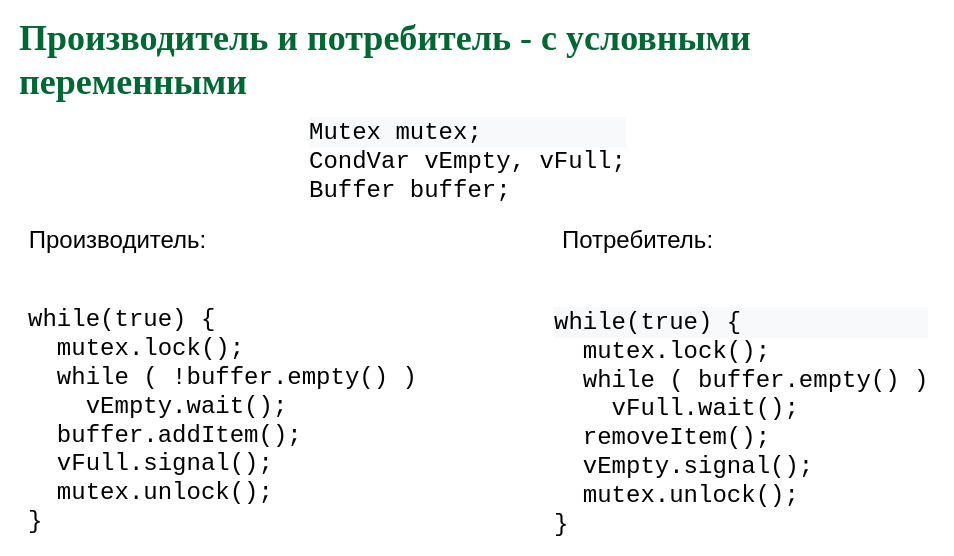
This is page "CondVar - use" (11 of 13) of slides/sync.drawio from 77maxikov/os_course, a draw.io file, before an edit. Source tidied: cells renumbered, new cells numbered last; positions are measured from the earlier drawing's top-left corner, leaving out a move shared by most shapes. Both pictures are drawn from the tidied source at 100%, with x=0, y=0 at pixel (17, 50).
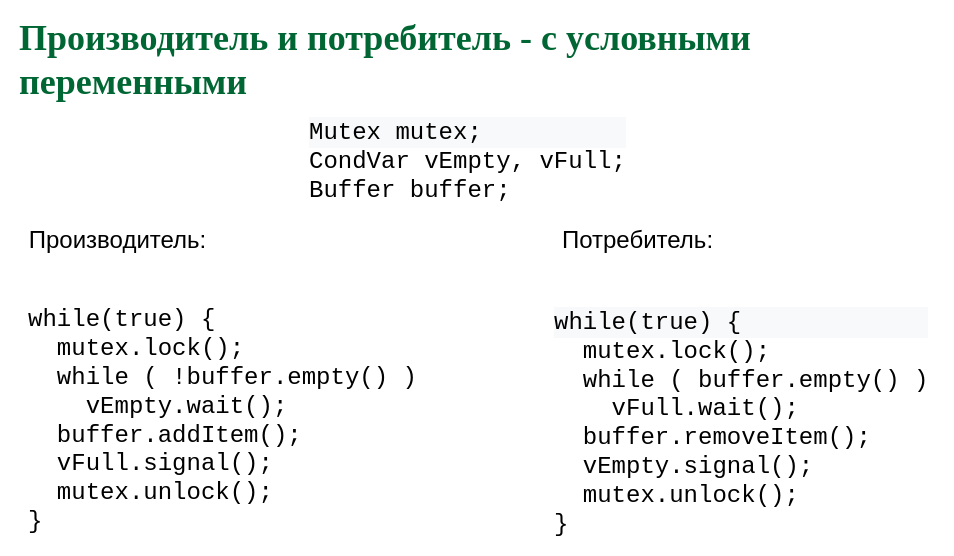
Above is the later version.

Change to the diagram source:
```diff
@@
 <mxGraphModel>
   <root>
     <mxCell id="0" />
     <mxCell id="1" parent="0" />
     <mxCell id="2" value="&lt;b style=&quot;color: rgb(0 , 102 , 51) ; font-family: &amp;#34;garamond&amp;#34; ; font-size: 36px&quot;&gt;Производитель и потребитель - с у&lt;/b&gt;&lt;font color=&quot;#006633&quot; face=&quot;Garamond&quot;&gt;&lt;span style=&quot;font-size: 36px&quot;&gt;&lt;b&gt;словными переменными&lt;/b&gt;&lt;/span&gt;&lt;/font&gt;" style="text;html=1;align=left;verticalAlign=middle;whiteSpace=wrap;rounded=0;" parent="1" vertex="1">
       <mxGeometry width="920" height="20" as="geometry" />
     </mxCell>
     <mxCell id="3" value="&lt;div style=&quot;text-align: left ; font-size: 24px&quot;&gt;&lt;font face=&quot;Courier New&quot; style=&quot;font-size: 24px&quot;&gt;while(true) {&lt;br&gt;&lt;/font&gt;&lt;/div&gt;&lt;font face=&quot;Courier New&quot; style=&quot;font-size: 24px&quot;&gt;&lt;div style=&quot;text-align: left&quot;&gt;&lt;font style=&quot;font-size: 24px&quot;&gt;&amp;nbsp; mutex.lock();&lt;/font&gt;&lt;/div&gt;&lt;div style=&quot;text-align: left&quot;&gt;&lt;font style=&quot;font-size: 24px&quot;&gt;&amp;nbsp; while ( !buffer.empty() )&lt;/font&gt;&lt;/div&gt;&lt;div style=&quot;text-align: left&quot;&gt;&lt;font style=&quot;font-size: 24px&quot;&gt;&amp;nbsp; &amp;nbsp; vEmpty.wait();&lt;/font&gt;&lt;/div&gt;&lt;div style=&quot;text-align: left&quot;&gt;&lt;font style=&quot;font-size: 24px&quot;&gt;&amp;nbsp; buffer.addItem();&lt;/font&gt;&lt;/div&gt;&lt;div style=&quot;text-align: left&quot;&gt;&lt;font style=&quot;font-size: 24px&quot;&gt;&amp;nbsp; vFull.signal();&lt;/font&gt;&lt;/div&gt;&lt;div style=&quot;text-align: left&quot;&gt;&lt;font style=&quot;font-size: 24px&quot;&gt;&amp;nbsp; mutex.unlock();&amp;nbsp;&lt;/font&gt;&lt;/div&gt;&lt;div style=&quot;text-align: left&quot;&gt;&lt;font style=&quot;font-size: 24px&quot;&gt;}&lt;/font&gt;&lt;br&gt;&lt;/div&gt;&lt;/font&gt;" style="text;html=1;align=center;verticalAlign=middle;" parent="1" vertex="1">
       <mxGeometry x="5" y="310" width="400" height="120" as="geometry" />
     </mxCell>
     <mxCell id="4" value="&lt;div style=&quot;color: rgb(0 , 0 , 0) ; font-family: &amp;#34;helvetica&amp;#34; ; font-style: normal ; font-weight: 400 ; letter-spacing: normal ; text-indent: 0px ; text-transform: none ; word-spacing: 0px ; background-color: rgb(248 , 249 , 250) ; text-align: left ; font-size: 24px&quot;&gt;&lt;font face=&quot;Courier New&quot; style=&quot;font-size: 24px&quot;&gt;Mutex mutex;&lt;/font&gt;&lt;/div&gt;&lt;font face=&quot;Courier New&quot; style=&quot;color: rgb(0 , 0 , 0) ; font-style: normal ; font-weight: 400 ; letter-spacing: normal ; text-align: center ; text-indent: 0px ; text-transform: none ; word-spacing: 0px ; background-color: rgb(248 , 249 , 250) ; font-size: 24px&quot;&gt;&lt;div style=&quot;text-align: left&quot;&gt;&lt;font style=&quot;font-size: 24px&quot;&gt;CondVar vEmpty, vFull;&lt;/font&gt;&lt;/div&gt;&lt;div style=&quot;text-align: left&quot;&gt;&lt;font style=&quot;font-size: 24px&quot;&gt;Buffer buffer;&lt;/font&gt;&lt;/div&gt;&lt;div style=&quot;text-align: left&quot;&gt;&lt;br&gt;&lt;/div&gt;&lt;/font&gt;" style="text;whiteSpace=wrap;html=1;" parent="1" vertex="1">
       <mxGeometry x="290" y="60" width="320" height="60" as="geometry" />
     </mxCell>
     <mxCell id="5" value="&lt;font style=&quot;font-size: 24px&quot;&gt;Производитель:&lt;/font&gt;" style="text;html=1;align=center;verticalAlign=middle;" parent="1" vertex="1">
       <mxGeometry x="5" y="180" width="190" height="20" as="geometry" />
     </mxCell>
     <mxCell id="6" value="&lt;font style=&quot;font-size: 24px&quot;&gt;Потребитель:&lt;/font&gt;" style="text;html=1;align=center;verticalAlign=middle;" parent="1" vertex="1">
       <mxGeometry x="535" y="180" width="170" height="20" as="geometry" />
     </mxCell>
-    <mxCell id="7" value="&lt;div style=&quot;color: rgb(0 , 0 , 0) ; font-style: normal ; font-weight: 400 ; letter-spacing: normal ; text-align: left ; text-indent: 0px ; text-transform: none ; word-spacing: 0px ; background-color: rgb(248 , 249 , 250) ; font-size: 24px&quot;&gt;&lt;font face=&quot;Courier New&quot; style=&quot;font-size: 24px&quot;&gt;while(true) {&lt;br&gt;&lt;/font&gt;&lt;/div&gt;&lt;font style=&quot;color: rgb(0 , 0 , 0) ; font-style: normal ; font-weight: 400 ; letter-spacing: normal ; text-indent: 0px ; text-transform: none ; word-spacing: 0px ; text-align: center ; background-color: rgb(248 , 249 , 250) ; font-size: 24px&quot; face=&quot;Courier New&quot;&gt;&lt;div style=&quot;text-align: left&quot;&gt;&amp;nbsp; mutex.lock();&lt;/div&gt;&lt;div style=&quot;text-align: left&quot;&gt;&amp;nbsp; while ( buffer.empty() )&lt;/div&gt;&lt;div style=&quot;text-align: left&quot;&gt;&amp;nbsp; &amp;nbsp; vFull.wait();&lt;/div&gt;&lt;div style=&quot;text-align: left&quot;&gt;&amp;nbsp; removeItem();&lt;/div&gt;&lt;div style=&quot;text-align: left&quot;&gt;&amp;nbsp; vEmpty.signal();&lt;/div&gt;&lt;div style=&quot;text-align: left&quot;&gt;&amp;nbsp; mutex.unlock();&amp;nbsp;&lt;/div&gt;&lt;div style=&quot;text-align: left&quot;&gt;}&lt;/div&gt;&lt;/font&gt;" style="text;whiteSpace=wrap;html=1;" parent="1" vertex="1">
+    <mxCell id="7" value="&lt;div style=&quot;color: rgb(0 , 0 , 0) ; font-style: normal ; font-weight: 400 ; letter-spacing: normal ; text-align: left ; text-indent: 0px ; text-transform: none ; word-spacing: 0px ; background-color: rgb(248 , 249 , 250) ; font-size: 24px&quot;&gt;&lt;font face=&quot;Courier New&quot; style=&quot;font-size: 24px&quot;&gt;while(true) {&lt;br&gt;&lt;/font&gt;&lt;/div&gt;&lt;font style=&quot;color: rgb(0 , 0 , 0) ; font-style: normal ; font-weight: 400 ; letter-spacing: normal ; text-indent: 0px ; text-transform: none ; word-spacing: 0px ; text-align: center ; background-color: rgb(248 , 249 , 250) ; font-size: 24px&quot; face=&quot;Courier New&quot;&gt;&lt;div style=&quot;text-align: left&quot;&gt;&amp;nbsp; mutex.lock();&lt;/div&gt;&lt;div style=&quot;text-align: left&quot;&gt;&amp;nbsp; while ( buffer.empty() )&lt;/div&gt;&lt;div style=&quot;text-align: left&quot;&gt;&amp;nbsp; &amp;nbsp; vFull.wait();&lt;/div&gt;&lt;div style=&quot;text-align: left&quot;&gt;&amp;nbsp; buffer.removeItem();&lt;/div&gt;&lt;div style=&quot;text-align: left&quot;&gt;&amp;nbsp; vEmpty.signal();&lt;/div&gt;&lt;div style=&quot;text-align: left&quot;&gt;&amp;nbsp; mutex.unlock();&amp;nbsp;&lt;/div&gt;&lt;div style=&quot;text-align: left&quot;&gt;}&lt;/div&gt;&lt;/font&gt;" style="text;whiteSpace=wrap;html=1;" parent="1" vertex="1">
       <mxGeometry x="535" y="250" width="385" height="140" as="geometry" />
     </mxCell>
   </root>
 </mxGraphModel>
```
